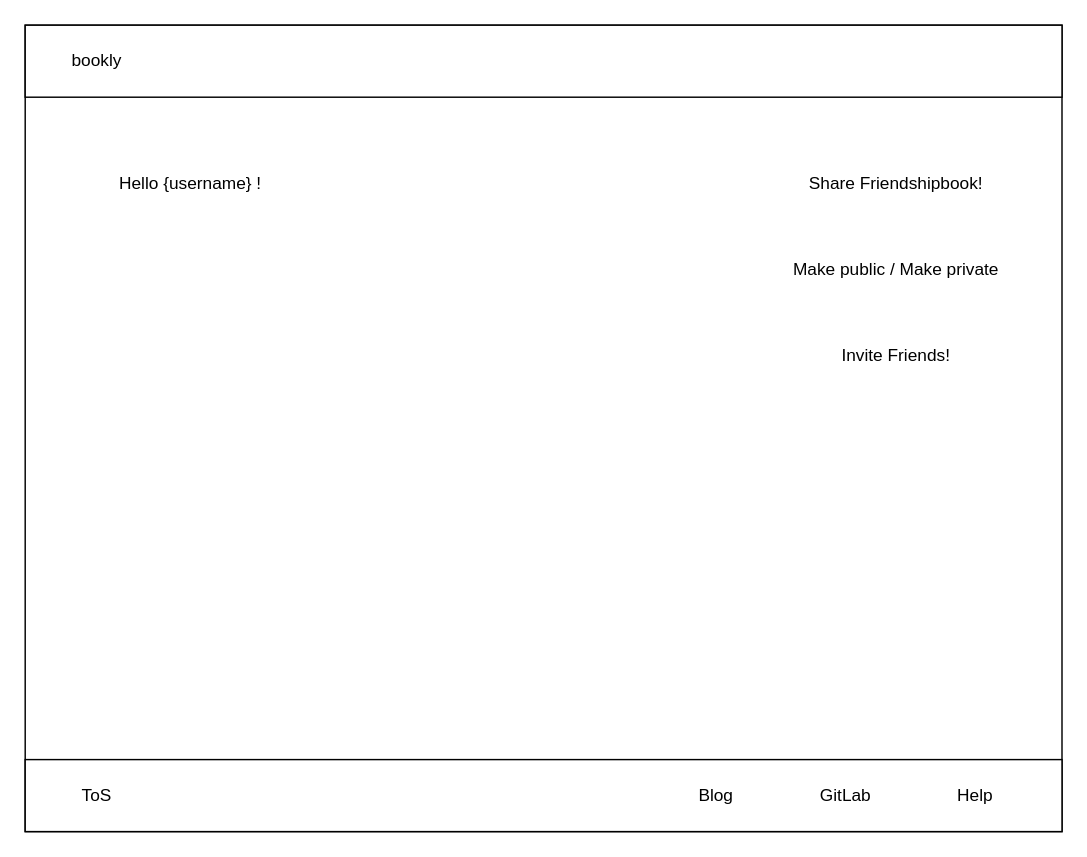
ninjeanne/bookly keeps this draw.io diagram as design/sharelink_visibility_invite_mockup.drawio. Above is the earlier version. Source tidied: cells renumbered, new cells numbered last; positions are measured from the earlier drawing's top-left corner, leaving out a move shared by most shapes. Both pictures are drawn from the tidied source at 144%, with x=0, y=0 at pixel (24, 24).
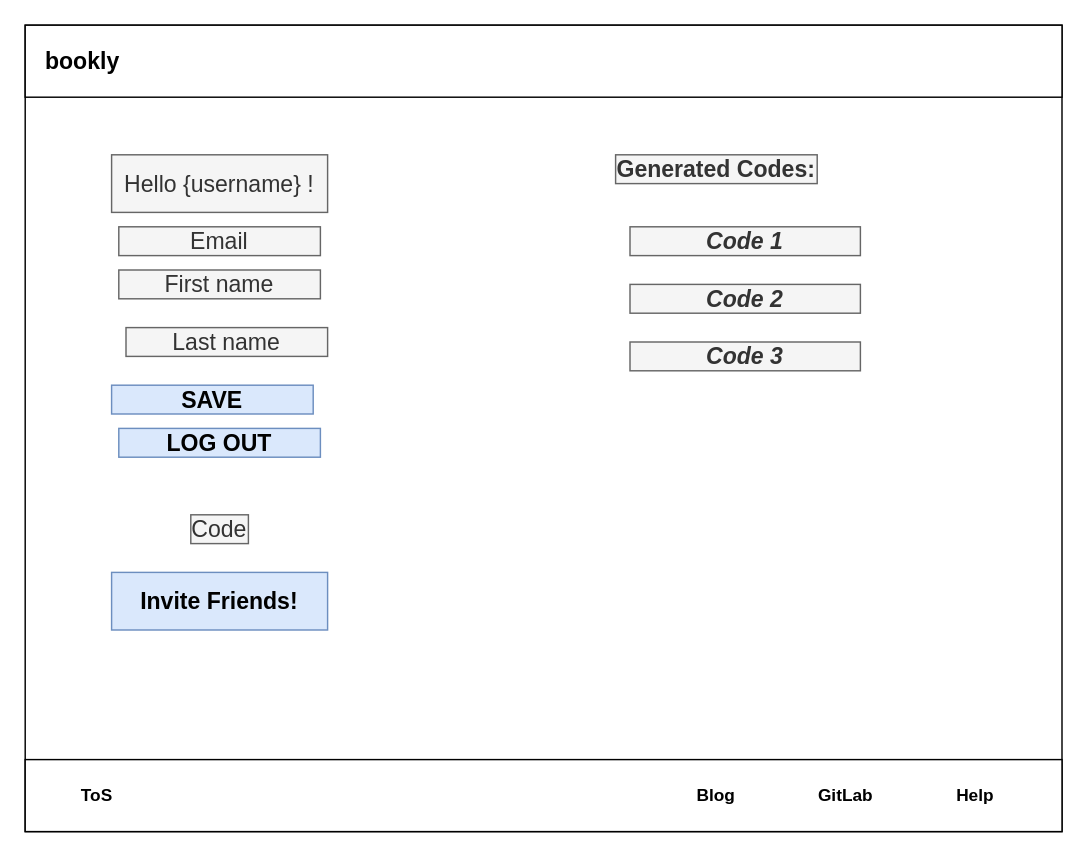
After the change.

Commit message:
correct share uc

Change to the diagram source:
```diff
@@
-    <mxCell id="5" value="bookly" style="text;html=1;strokeColor=none;fillColor=none;align=center;verticalAlign=middle;whiteSpace=wrap;rounded=0;" parent="1" vertex="1">
-      <mxGeometry x="30" y="15" width="40" height="20" as="geometry" />
+    <mxCell id="5" value="bookly" style="text;html=1;strokeColor=none;fillColor=none;align=center;verticalAlign=middle;whiteSpace=wrap;rounded=0;fontSize=16;fontStyle=1;" parent="1" vertex="1">
+      <mxGeometry x="20" y="15" width="40" height="20" as="geometry" />
     </mxCell>
-    <mxCell id="6" value="ToS" style="text;html=1;strokeColor=none;fillColor=none;align=center;verticalAlign=middle;whiteSpace=wrap;rounded=0;" parent="1" vertex="1">
+    <mxCell id="6" value="ToS" style="text;html=1;strokeColor=none;fillColor=none;align=center;verticalAlign=middle;whiteSpace=wrap;rounded=0;fontStyle=1;" parent="1" vertex="1">
       <mxGeometry x="30" y="525" width="40" height="20" as="geometry" />
     </mxCell>
-    <mxCell id="7" value="Blog" style="text;html=1;strokeColor=none;fillColor=none;align=center;verticalAlign=middle;whiteSpace=wrap;rounded=0;" parent="1" vertex="1">
+    <mxCell id="7" value="Blog" style="text;html=1;strokeColor=none;fillColor=none;align=center;verticalAlign=middle;whiteSpace=wrap;rounded=0;fontStyle=1;" parent="1" vertex="1">
       <mxGeometry x="460" y="525" width="40" height="20" as="geometry" />
     </mxCell>
-    <mxCell id="8" value="GitLab" style="text;html=1;strokeColor=none;fillColor=none;align=center;verticalAlign=middle;whiteSpace=wrap;rounded=0;" parent="1" vertex="1">
+    <mxCell id="8" value="GitLab" style="text;html=1;strokeColor=none;fillColor=none;align=center;verticalAlign=middle;whiteSpace=wrap;rounded=0;fontStyle=1;" parent="1" vertex="1">
       <mxGeometry x="550" y="525" width="40" height="20" as="geometry" />
     </mxCell>
-    <mxCell id="9" value="Help" style="text;html=1;strokeColor=none;fillColor=none;align=center;verticalAlign=middle;whiteSpace=wrap;rounded=0;" parent="1" vertex="1">
+    <mxCell id="9" value="Help" style="text;html=1;strokeColor=none;fillColor=none;align=center;verticalAlign=middle;whiteSpace=wrap;rounded=0;fontStyle=1;" parent="1" vertex="1">
       <mxGeometry x="640" y="525" width="40" height="20" as="geometry" />
     </mxCell>
-    <mxCell id="10" value="Hello {username} !" style="text;html=1;strokeColor=none;fillColor=none;align=center;verticalAlign=middle;whiteSpace=wrap;rounded=0;" parent="1" vertex="1">
-      <mxGeometry x="40" y="90" width="150" height="40" as="geometry" />
+    <mxCell id="10" value="Hello {username} !" style="text;html=1;strokeColor=#666666;fillColor=#f5f5f5;align=center;verticalAlign=middle;whiteSpace=wrap;rounded=0;fontSize=16;fontColor=#333333;" parent="1" vertex="1">
+      <mxGeometry x="60" y="90" width="150" height="40" as="geometry" />
     </mxCell>
-    <mxCell id="11" value="Share Friendshipbook!" style="text;html=1;strokeColor=none;fillColor=none;align=center;verticalAlign=middle;whiteSpace=wrap;rounded=0;" parent="1" vertex="1">
-      <mxGeometry x="530" y="90" width="150" height="40" as="geometry" />
-    </mxCell>
-    <mxCell id="12" value="Make public / Make private" style="text;html=1;strokeColor=none;fillColor=none;align=center;verticalAlign=middle;whiteSpace=wrap;rounded=0;" parent="1" vertex="1">
-      <mxGeometry x="530" y="150" width="150" height="40" as="geometry" />
-    </mxCell>
-    <mxCell id="13" value="Invite Friends!" style="text;html=1;strokeColor=none;fillColor=none;align=center;verticalAlign=middle;whiteSpace=wrap;rounded=0;" parent="1" vertex="1">
-      <mxGeometry x="530" y="210" width="150" height="40" as="geometry" />
+    <mxCell id="13" value="&lt;b&gt;Invite Friends!&lt;/b&gt;" style="text;html=1;strokeColor=#6c8ebf;fillColor=#dae8fc;align=center;verticalAlign=middle;whiteSpace=wrap;rounded=0;fontSize=16;labelBorderColor=none;" parent="1" vertex="1">
+      <mxGeometry x="60" y="380" width="150" height="40" as="geometry" />
     </mxCell>
+    <mxCell id="14" value="&lt;font style=&quot;font-size: 16px&quot;&gt;Code&lt;/font&gt;" style="text;html=1;strokeColor=#666666;fillColor=#f5f5f5;align=center;verticalAlign=middle;whiteSpace=wrap;rounded=0;fontColor=#333333;" parent="1" vertex="1">
+      <mxGeometry x="115" y="340" width="40" height="20" as="geometry" />
+    </mxCell>
+    <mxCell id="15" value="Email" style="text;html=1;strokeColor=#666666;fillColor=#f5f5f5;align=center;verticalAlign=middle;whiteSpace=wrap;rounded=0;fontSize=16;fontColor=#333333;" parent="1" vertex="1">
+      <mxGeometry x="65" y="140" width="140" height="20" as="geometry" />
+    </mxCell>
+    <mxCell id="16" value="First name" style="text;html=1;strokeColor=#666666;fillColor=#f5f5f5;align=center;verticalAlign=middle;whiteSpace=wrap;rounded=0;fontSize=16;fontColor=#333333;" parent="1" vertex="1">
+      <mxGeometry x="65" y="170" width="140" height="20" as="geometry" />
+    </mxCell>
+    <mxCell id="17" value="Last name" style="text;html=1;strokeColor=#666666;fillColor=#f5f5f5;align=center;verticalAlign=middle;whiteSpace=wrap;rounded=0;fontSize=16;fontColor=#333333;" parent="1" vertex="1">
+      <mxGeometry x="70" y="210" width="140" height="20" as="geometry" />
+    </mxCell>
+    <mxCell id="18" value="&lt;b&gt;SAVE&lt;/b&gt;" style="text;html=1;strokeColor=#6c8ebf;fillColor=#dae8fc;align=center;verticalAlign=middle;whiteSpace=wrap;rounded=0;fontSize=16;" parent="1" vertex="1">
+      <mxGeometry x="60" y="250" width="140" height="20" as="geometry" />
+    </mxCell>
+    <mxCell id="19" value="&lt;b&gt;LOG OUT&lt;/b&gt;" style="text;html=1;strokeColor=#6c8ebf;fillColor=#dae8fc;align=center;verticalAlign=middle;whiteSpace=wrap;rounded=0;fontSize=16;" parent="1" vertex="1">
+      <mxGeometry x="65" y="280" width="140" height="20" as="geometry" />
+    </mxCell>
+    <mxCell id="20" value="Generated Codes:" style="text;html=1;strokeColor=#666666;fillColor=#f5f5f5;align=center;verticalAlign=middle;whiteSpace=wrap;rounded=0;fontSize=16;fontColor=#333333;fontStyle=1;" parent="1" vertex="1">
+      <mxGeometry x="410" y="90" width="140" height="20" as="geometry" />
+    </mxCell>
+    <mxCell id="21" value="Code 2" style="text;html=1;strokeColor=#666666;fillColor=#f5f5f5;align=center;verticalAlign=middle;whiteSpace=wrap;rounded=0;fontSize=16;fontColor=#333333;fontStyle=3;" parent="1" vertex="1">
+      <mxGeometry x="420" y="180" width="160" height="20" as="geometry" />
+    </mxCell>
+    <mxCell id="22" value="Code 1" style="text;html=1;strokeColor=#666666;fillColor=#f5f5f5;align=center;verticalAlign=middle;whiteSpace=wrap;rounded=0;fontSize=16;fontColor=#333333;fontStyle=3;" parent="1" vertex="1">
+      <mxGeometry x="420" y="140" width="160" height="20" as="geometry" />
+    </mxCell>
+    <mxCell id="23" value="Code 3" style="text;html=1;strokeColor=#666666;fillColor=#f5f5f5;align=center;verticalAlign=middle;whiteSpace=wrap;rounded=0;fontSize=16;fontColor=#333333;fontStyle=3;" parent="1" vertex="1">
+      <mxGeometry x="420" y="220" width="160" height="20" as="geometry" />
+    </mxCell>
```
